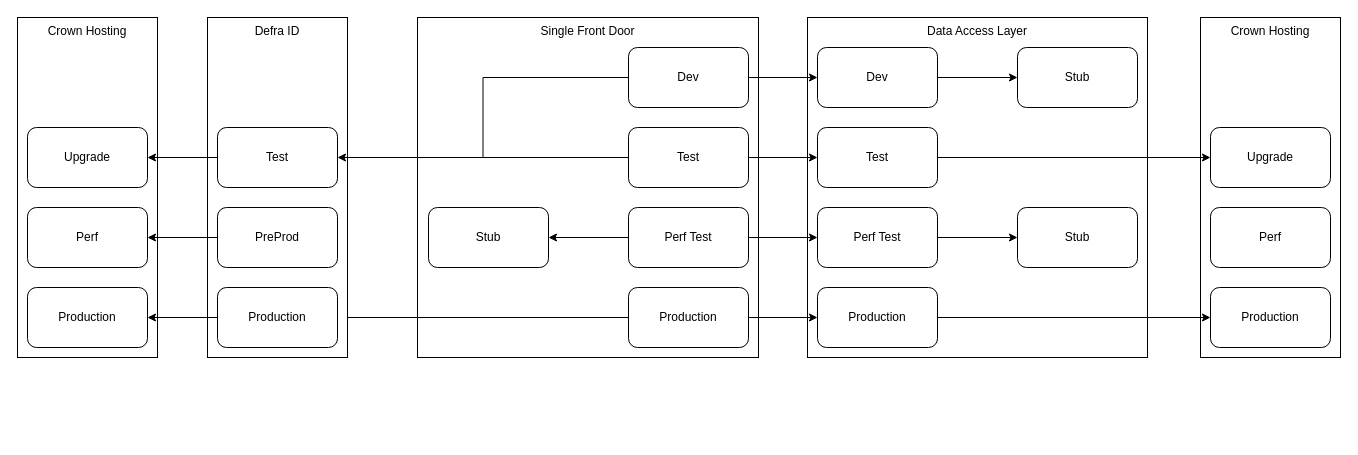
Earlier version of the draw.io diagram SFD/Environments.drawio (DEFRA/ffc-diagrams). Source tidied: cells renumbered, new cells numbered last; positions are measured from the earlier drawing's top-left corner, leaving out a move shared by most shapes. Both pictures are drawn from the tidied source at 100%, with x=0, y=0 at pixel (17, 17).
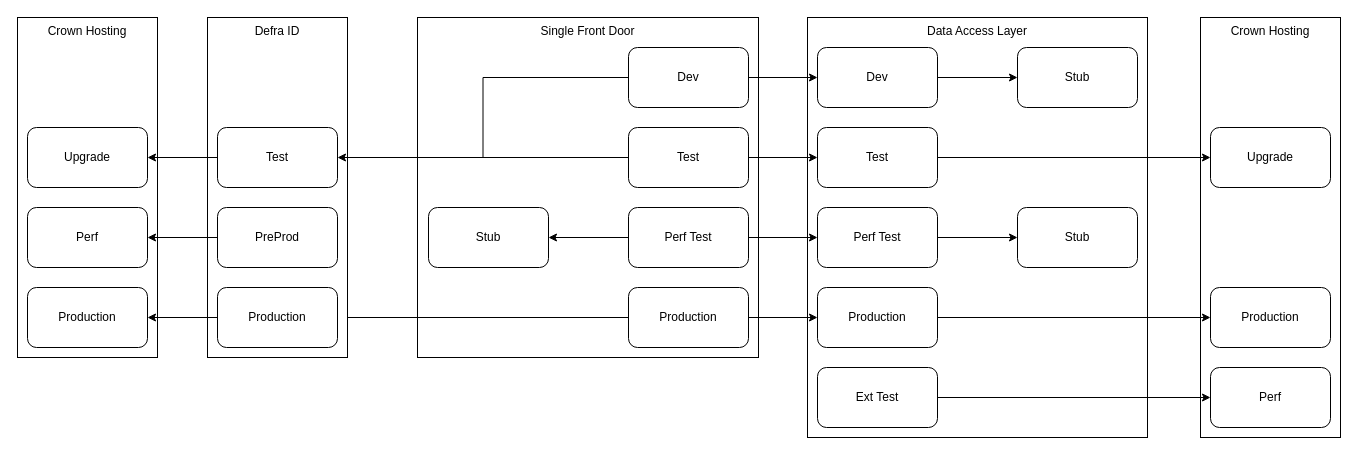
The same page after the edit.

Change to the diagram source:
```diff
@@
     <mxCell id="2" value="Crown Hosting" style="rounded=0;whiteSpace=wrap;html=1;verticalAlign=top;" parent="1" vertex="1">
-      <mxGeometry x="1183" width="140" height="340" as="geometry" />
+      <mxGeometry x="1183" width="140" height="420" as="geometry" />
     </mxCell>
@@
     <mxCell id="13" value="Data Access Layer" style="rounded=0;whiteSpace=wrap;html=1;verticalAlign=top;" parent="1" vertex="1">
-      <mxGeometry x="790" width="340" height="340" as="geometry" />
+      <mxGeometry x="790" width="340" height="420" as="geometry" />
     </mxCell>
@@
     <mxCell id="41" value="Perf" style="rounded=1;whiteSpace=wrap;html=1;" parent="1" vertex="1">
-      <mxGeometry x="1193" y="190" width="120" height="60" as="geometry" />
+      <mxGeometry x="1193" y="350" width="120" height="60" as="geometry" />
     </mxCell>
+    <mxCell id="42" style="edgeStyle=orthogonalEdgeStyle;rounded=0;jettySize=auto;html=1;" parent="1" edge="1" source="43" target="41">
+      <mxGeometry relative="1" as="geometry" />
+    </mxCell>
+    <mxCell id="43" value="Ext Test" style="rounded=1;whiteSpace=wrap;html=1;" parent="1" vertex="1">
+      <mxGeometry x="800" y="350" width="120" height="60" as="geometry" />
+    </mxCell>
```
